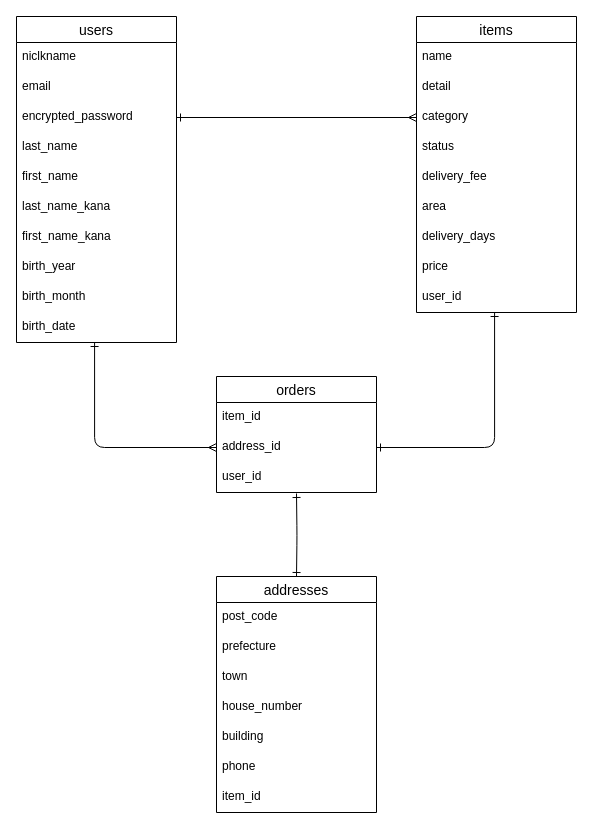
The draw.io diagram app/controllers/furima.dio in yuricca/furima-35904, before the edit. Source tidied: cells renumbered, new cells numbered last; positions are measured from the earlier drawing's top-left corner, leaving out a move shared by most shapes. Both pictures are drawn from the tidied source at 100%, with x=0, y=0 at pixel (16, 16).
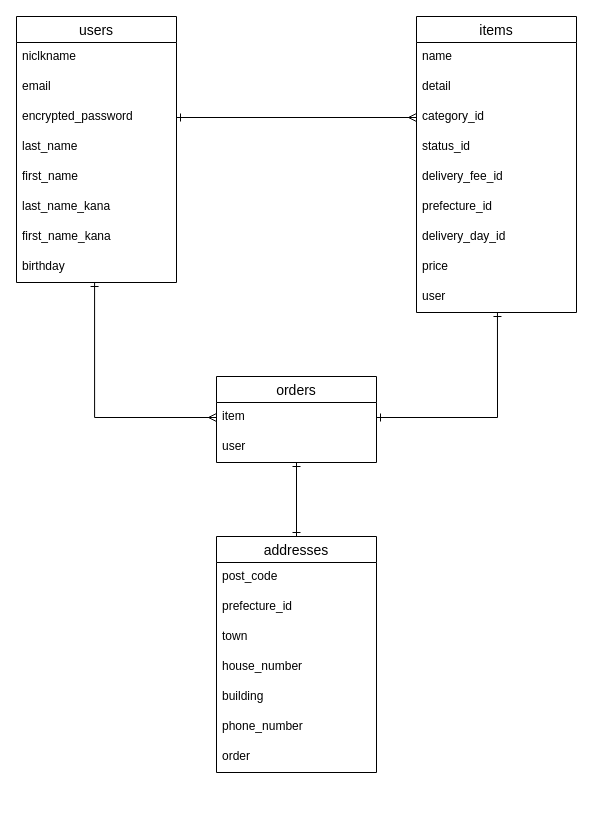
Above is the later version.

Commit message:
＃1の修正に伴うER図の修正

Unchanged cells that the change refers to:
```xml
<mxCell id="13" value="items" style="swimlane;fontStyle=0;horizontal=1;startSize=26;align=center;fontSize=14;fillColor=none;" parent="1" vertex="1">
  <mxGeometry x="400" width="160" height="296" as="geometry" />
</mxCell>
```

Change to the diagram source:
```diff
@@
+    <mxCell id="40" style="edgeStyle=orthogonalEdgeStyle;rounded=0;jettySize=auto;html=1;entryX=0;entryY=0.5;entryDx=0;entryDy=0;endArrow=ERmany;endFill=0;exitX=0.488;exitY=1;exitDx=0;exitDy=0;exitPerimeter=0;startArrow=ERone;startFill=0;" parent="1" edge="1" source="10" target="25">
+      <mxGeometry relative="1" as="geometry" />
+    </mxCell>
     <mxCell id="2" value="users" style="swimlane;fontStyle=0;horizontal=1;startSize=26;align=center;fontSize=14;fillColor=none;" parent="1" vertex="1">
-      <mxGeometry width="160" height="326" as="geometry" />
+      <mxGeometry width="160" height="266" as="geometry" />
     </mxCell>
@@
-    <mxCell id="10" value="birth_year" style="text;strokeColor=none;fillColor=none;spacingLeft=4;spacingRight=4;overflow=hidden;points=[[0,0.5],[1,0.5]];portConstraint=eastwest;fontSize=12;" parent="2" vertex="1">
+    <mxCell id="10" value="birthday" style="text;strokeColor=none;fillColor=none;spacingLeft=4;spacingRight=4;overflow=hidden;points=[[0,0.5],[1,0.5]];portConstraint=eastwest;fontSize=12;" parent="2" vertex="1">
       <mxGeometry y="236" width="160" height="30" as="geometry" />
     </mxCell>
-    <mxCell id="11" value="birth_month" style="text;strokeColor=none;fillColor=none;spacingLeft=4;spacingRight=4;overflow=hidden;fontSize=12;" parent="2" vertex="1">
-      <mxGeometry y="266" width="160" height="30" as="geometry" />
-    </mxCell>
-    <mxCell id="12" value="birth_date" style="text;strokeColor=none;fillColor=none;spacingLeft=4;spacingRight=4;overflow=hidden;points=[[0,0.5],[1,0.5]];portConstraint=eastwest;fontSize=12;" parent="2" vertex="1">
-      <mxGeometry y="296" width="160" height="30" as="geometry" />
-    </mxCell>
+    <mxCell id="41" style="edgeStyle=orthogonalEdgeStyle;rounded=0;jettySize=auto;html=1;entryX=1;entryY=0.5;entryDx=0;entryDy=0;startArrow=ERone;startFill=0;endArrow=ERone;endFill=0;exitX=0.506;exitY=1;exitDx=0;exitDy=0;exitPerimeter=0;" parent="1" edge="1" source="22" target="25">
+      <mxGeometry relative="1" as="geometry" />
+    </mxCell>
@@
-    <mxCell id="16" value="category" style="text;strokeColor=none;fillColor=none;spacingLeft=4;spacingRight=4;overflow=hidden;points=[[0,0.5],[1,0.5]];portConstraint=eastwest;fontSize=12;" parent="13" vertex="1">
+    <mxCell id="16" value="category_id" style="text;strokeColor=none;fillColor=none;spacingLeft=4;spacingRight=4;overflow=hidden;points=[[0,0.5],[1,0.5]];portConstraint=eastwest;fontSize=12;" parent="13" vertex="1">
       <mxGeometry y="86" width="160" height="30" as="geometry" />
     </mxCell>
-    <mxCell id="17" value="status" style="text;strokeColor=none;fillColor=none;spacingLeft=4;spacingRight=4;overflow=hidden;fontSize=12;" parent="13" vertex="1">
+    <mxCell id="17" value="status_id" style="text;strokeColor=none;fillColor=none;spacingLeft=4;spacingRight=4;overflow=hidden;fontSize=12;" parent="13" vertex="1">
       <mxGeometry y="116" width="160" height="30" as="geometry" />
     </mxCell>
-    <mxCell id="18" value="delivery_fee" style="text;strokeColor=none;fillColor=none;spacingLeft=4;spacingRight=4;overflow=hidden;fontSize=12;" parent="13" vertex="1">
+    <mxCell id="18" value="delivery_fee_id" style="text;strokeColor=none;fillColor=none;spacingLeft=4;spacingRight=4;overflow=hidden;fontSize=12;" parent="13" vertex="1">
       <mxGeometry y="146" width="160" height="30" as="geometry" />
     </mxCell>
-    <mxCell id="19" value="area" style="text;strokeColor=none;fillColor=none;spacingLeft=4;spacingRight=4;overflow=hidden;fontSize=12;" parent="13" vertex="1">
+    <mxCell id="19" value="prefecture_id" style="text;strokeColor=none;fillColor=none;spacingLeft=4;spacingRight=4;overflow=hidden;fontSize=12;" parent="13" vertex="1">
       <mxGeometry y="176" width="160" height="30" as="geometry" />
     </mxCell>
-    <mxCell id="20" value="delivery_days" style="text;strokeColor=none;fillColor=none;spacingLeft=4;spacingRight=4;overflow=hidden;fontSize=12;" parent="13" vertex="1">
+    <mxCell id="20" value="delivery_day_id" style="text;strokeColor=none;fillColor=none;spacingLeft=4;spacingRight=4;overflow=hidden;fontSize=12;" parent="13" vertex="1">
       <mxGeometry y="206" width="160" height="30" as="geometry" />
     </mxCell>
@@
-    <mxCell id="22" value="user_id" style="text;strokeColor=none;fillColor=none;spacingLeft=4;spacingRight=4;overflow=hidden;points=[[0,0.5],[1,0.5]];portConstraint=eastwest;fontSize=12;" parent="13" vertex="1">
+    <mxCell id="22" value="user" style="text;strokeColor=none;fillColor=none;spacingLeft=4;spacingRight=4;overflow=hidden;points=[[0,0.5],[1,0.5]];portConstraint=eastwest;fontSize=12;" parent="13" vertex="1">
       <mxGeometry y="266" width="160" height="30" as="geometry" />
     </mxCell>
-    <mxCell id="23" style="edgeStyle=orthogonalEdgeStyle;jettySize=auto;html=1;entryX=0.5;entryY=0;entryDx=0;entryDy=0;startArrow=ERone;startFill=0;endArrow=ERone;endFill=0;" parent="1" edge="1" target="28">
-      <mxGeometry relative="1" as="geometry">
-        <mxPoint x="280" y="477" as="sourcePoint" />
-      </mxGeometry>
-    </mxCell>
+    <mxCell id="42" style="edgeStyle=orthogonalEdgeStyle;rounded=0;jettySize=auto;html=1;exitX=0.5;exitY=1;exitDx=0;exitDy=0;entryX=0.5;entryY=0;entryDx=0;entryDy=0;startArrow=ERone;startFill=0;endArrow=ERone;endFill=0;exitPerimeter=0;" parent="1" edge="1" source="27" target="28">
+      <mxGeometry relative="1" as="geometry" />
+    </mxCell>
     <mxCell id="24" value="orders" style="swimlane;fontStyle=0;horizontal=1;startSize=26;align=center;fontSize=14;fillColor=none;" parent="1" vertex="1">
-      <mxGeometry x="200" y="360" width="160" height="116" as="geometry" />
+      <mxGeometry x="200" y="360" width="160" height="86" as="geometry" />
     </mxCell>
-    <mxCell id="25" value="item_id  " style="text;strokeColor=none;fillColor=none;spacingLeft=4;spacingRight=4;overflow=hidden;points=[[0,0.5],[1,0.5]];portConstraint=eastwest;fontSize=12;" parent="24" vertex="1">
+    <mxCell id="25" value="item  " style="text;strokeColor=none;fillColor=none;spacingLeft=4;spacingRight=4;overflow=hidden;points=[[0,0.5],[1,0.5]];portConstraint=eastwest;fontSize=12;" parent="24" vertex="1">
       <mxGeometry y="26" width="160" height="30" as="geometry" />
     </mxCell>
-    <mxCell id="26" value="address_id" style="text;strokeColor=none;fillColor=none;spacingLeft=4;spacingRight=4;overflow=hidden;points=[[0,0.5],[1,0.5]];portConstraint=eastwest;fontSize=12;" parent="24" vertex="1">
-      <mxGeometry y="56" width="160" height="30" as="geometry" />
-    </mxCell>
-    <mxCell id="27" value="user_id" style="text;strokeColor=none;fillColor=none;spacingLeft=4;spacingRight=4;overflow=hidden;points=[[0,0.5],[1,0.5]];portConstraint=eastwest;fontSize=12;" parent="24" vertex="1">
-      <mxGeometry y="86" width="160" height="30" as="geometry" />
+    <mxCell id="27" value="user" style="text;strokeColor=none;fillColor=none;spacingLeft=4;spacingRight=4;overflow=hidden;points=[[0,0.5],[1,0.5]];portConstraint=eastwest;fontSize=12;" parent="24" vertex="1">
+      <mxGeometry y="56" width="160" height="30" as="geometry" />
     </mxCell>
     <mxCell id="28" value="addresses" style="swimlane;fontStyle=0;horizontal=1;startSize=26;align=center;fontSize=14;fillColor=none;" parent="1" vertex="1">
-      <mxGeometry x="200" y="560" width="160" height="236" as="geometry" />
+      <mxGeometry x="200" y="520" width="160" height="236" as="geometry" />
     </mxCell>
@@
-    <mxCell id="30" value="prefecture   " style="text;strokeColor=none;fillColor=none;spacingLeft=4;spacingRight=4;overflow=hidden;fontSize=12;" parent="28" vertex="1">
+    <mxCell id="30" value="prefecture_id" style="text;strokeColor=none;fillColor=none;spacingLeft=4;spacingRight=4;overflow=hidden;fontSize=12;" parent="28" vertex="1">
       <mxGeometry y="56" width="160" height="30" as="geometry" />
     </mxCell>
@@
-    <mxCell id="34" value="phone" style="text;strokeColor=none;fillColor=none;spacingLeft=4;spacingRight=4;overflow=hidden;fontSize=12;" parent="28" vertex="1">
+    <mxCell id="34" value="phone_number" style="text;strokeColor=none;fillColor=none;spacingLeft=4;spacingRight=4;overflow=hidden;fontSize=12;" parent="28" vertex="1">
       <mxGeometry y="176" width="160" height="30" as="geometry" />
     </mxCell>
-    <mxCell id="35" value="item_id" style="text;strokeColor=none;fillColor=none;spacingLeft=4;spacingRight=4;overflow=hidden;fontSize=12;" parent="28" vertex="1">
+    <mxCell id="35" value="order" style="text;strokeColor=none;fillColor=none;spacingLeft=4;spacingRight=4;overflow=hidden;fontSize=12;" parent="28" vertex="1">
       <mxGeometry y="206" width="160" height="30" as="geometry" />
     </mxCell>
@@
-    <mxCell id="37" style="edgeStyle=orthogonalEdgeStyle;jettySize=auto;html=1;exitX=0.488;exitY=1;exitDx=0;exitDy=0;entryX=0;entryY=0.5;entryDx=0;entryDy=0;startArrow=ERone;startFill=0;endArrow=ERmany;endFill=0;exitPerimeter=0;" parent="1" edge="1" source="12" target="26">
-      <mxGeometry relative="1" as="geometry" />
-    </mxCell>
@@
-    <mxCell id="39" style="edgeStyle=orthogonalEdgeStyle;jettySize=auto;html=1;startArrow=ERone;startFill=0;endArrow=ERone;endFill=0;exitX=0.488;exitY=1;exitDx=0;exitDy=0;exitPerimeter=0;" parent="1" edge="1" source="22" target="26">
-      <mxGeometry relative="1" as="geometry" />
-    </mxCell>
```
